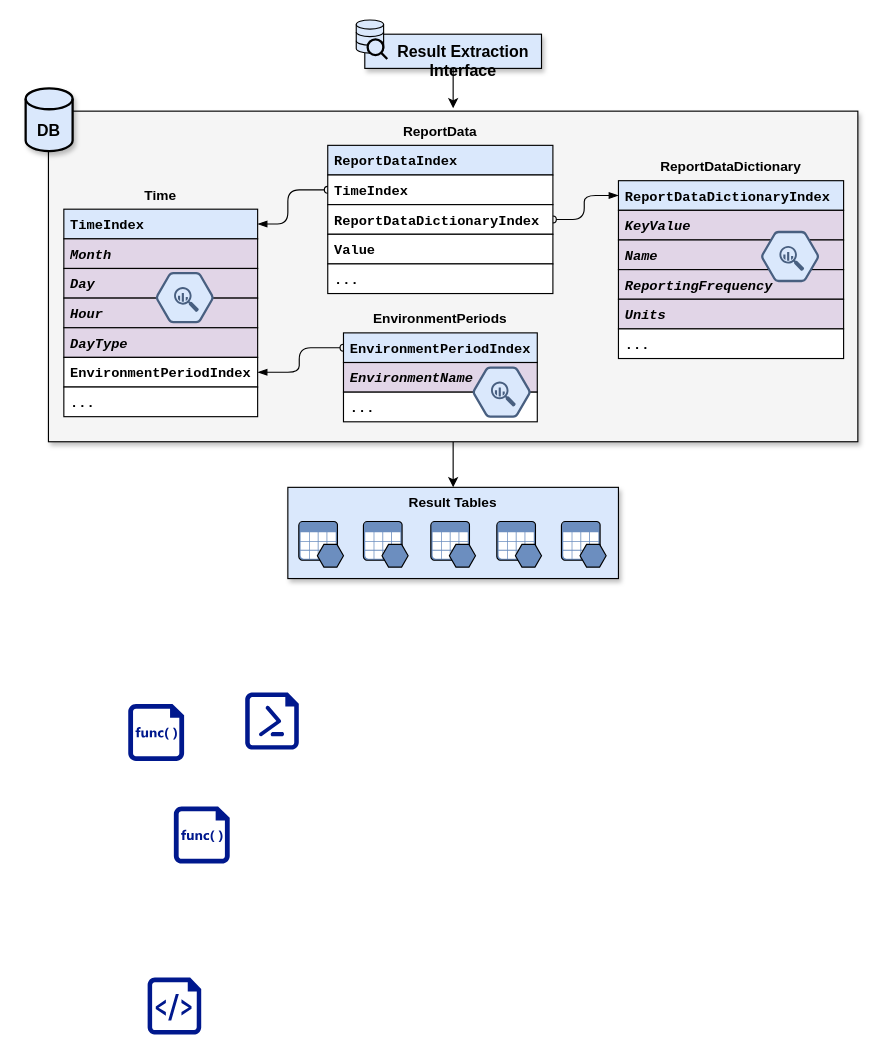
Before: page "ResultExtractionInterface" (5 of 6) of figures/draw.drawio in ideas-lab-nus/eplusr-paper, a draw.io diagram. Source tidied: cells renumbered, new cells numbered last; positions are measured from the earlier drawing's top-left corner, leaving out a move shared by most shapes. Both pictures are drawn from the tidied source at 114%, with x=0, y=0 at pixel (25, 19).
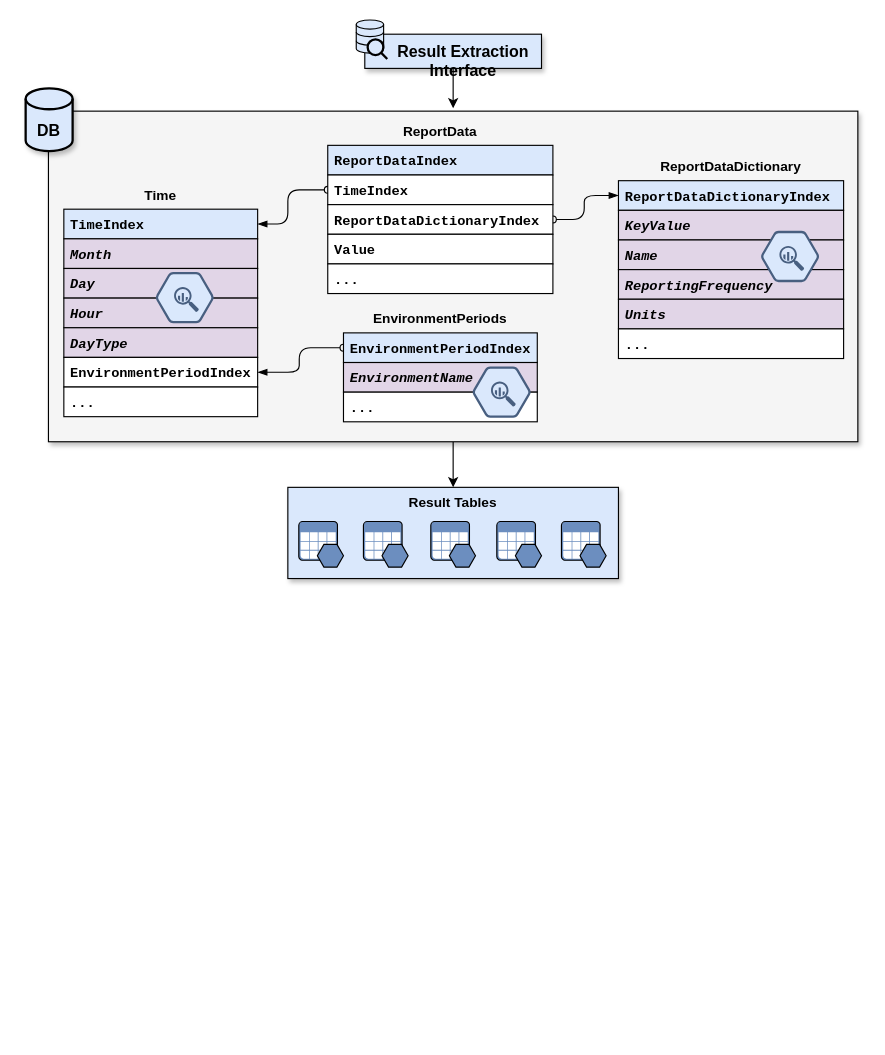
The same diagram, later.

Diff of the diagram source:
```diff
@@
-    <mxCell id="70" style="shadow=0;dashed=0;html=1;strokeColor=none;labelPosition=center;verticalLabelPosition=bottom;verticalAlign=top;align=center;fillColor=#00188D;shape=mxgraph.mscae.enterprise.code_file;rounded=0;labelBackgroundColor=none;fontFamily=Oswald Light;fontSize=12;" parent="1" vertex="1">
-      <mxGeometry x="90" y="600" width="49" height="50" as="geometry" />
-    </mxCell>
-    <mxCell id="71" style="shadow=0;dashed=0;html=1;strokeColor=none;labelPosition=center;verticalLabelPosition=bottom;verticalAlign=top;align=center;fillColor=#00188D;shape=mxgraph.azure.script_file;rounded=0;labelBackgroundColor=none;fontFamily=Oswald Light;fontSize=12;" parent="1" vertex="1">
-      <mxGeometry x="107" y="840" width="47" height="50" as="geometry" />
-    </mxCell>
-    <mxCell id="72" style="shadow=0;dashed=0;html=1;strokeColor=none;labelPosition=center;verticalLabelPosition=bottom;verticalAlign=top;align=center;fillColor=#00188D;shape=mxgraph.mscae.enterprise.code_file;rounded=0;labelBackgroundColor=none;fontFamily=Oswald Light;fontSize=12;" parent="1" vertex="1">
-      <mxGeometry x="130" y="690" width="49" height="50" as="geometry" />
-    </mxCell>
-    <mxCell id="73" style="shadow=0;dashed=0;html=1;strokeColor=none;labelPosition=center;verticalLabelPosition=bottom;verticalAlign=top;align=center;fillColor=#00188D;shape=mxgraph.azure.powershell_file;rounded=0;labelBackgroundColor=none;fontFamily=Oswald Light;fontSize=12;" parent="1" vertex="1">
-      <mxGeometry x="192.6" y="590" width="47" height="50" as="geometry" />
-    </mxCell>
```
